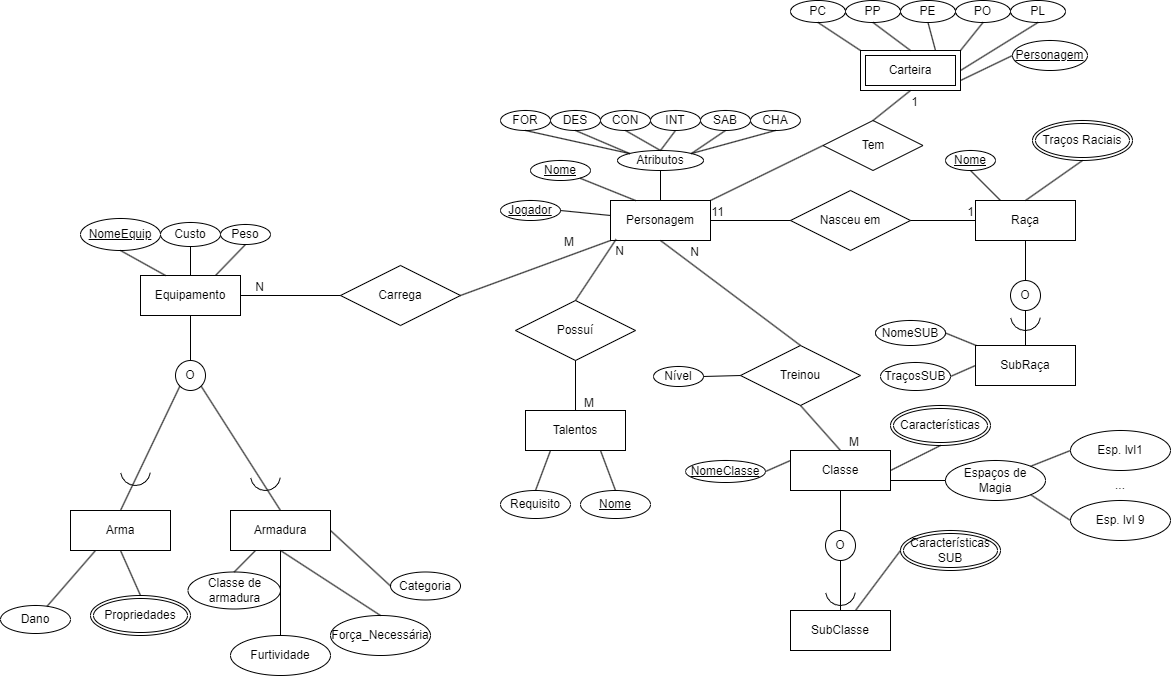
Earlier version of the draw.io export DER.png (VitorFonseca123/DnD-RPG). Source tidied: cells renumbered, new cells last; positions are measured from the earlier drawing's top-left corner, leaving out a move shared by most shapes.
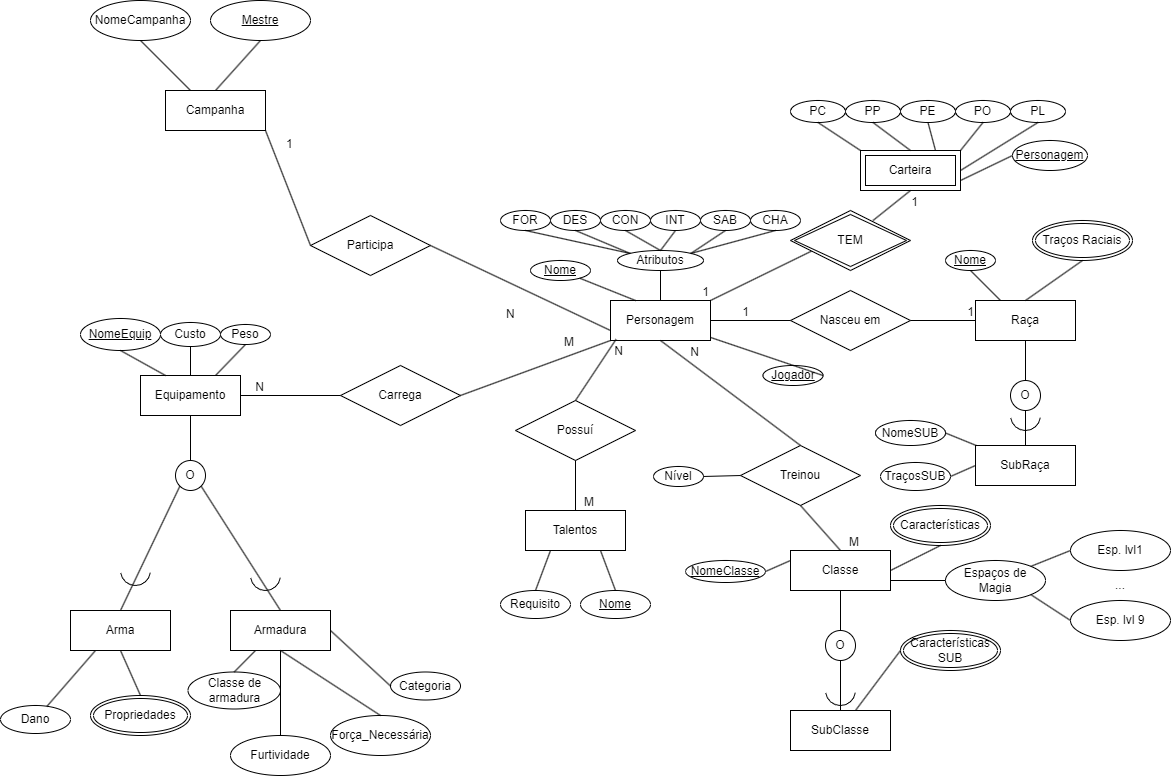
Above is the later version.

Diff of the diagram source:
```diff
@@ -15,7 +15,7 @@
       <mxGeometry relative="1" as="geometry" />
     </mxCell>
     <mxCell id="6" value="&lt;u&gt;Jogador&lt;/u&gt;" style="ellipse;whiteSpace=wrap;html=1;align=center;" parent="1" vertex="1">
-      <mxGeometry x="500" y="200" width="60" height="20" as="geometry" />
+      <mxGeometry x="762.5" y="265" width="60" height="20" as="geometry" />
     </mxCell>
     <mxCell id="7" style="endArrow=none;html=1;rounded=0;exitX=1;exitY=0.5;exitDx=0;exitDy=0;" parent="1" edge="1" source="6" target="2">
       <mxGeometry relative="1" as="geometry" />
@@ -112,7 +112,7 @@
     </mxCell>
     <mxCell id="38" value="1" style="html=1;whiteSpace=wrap;align=right;verticalAlign=bottom;" parent="37" vertex="1">
       <mxGeometry x="1" relative="1" as="geometry">
-        <mxPoint x="-65" as="offset" />
+        <mxPoint x="-40" as="offset" />
       </mxGeometry>
     </mxCell>
     <mxCell id="39" style="endArrow=none;html=1;rounded=0;exitX=1;exitY=0.5;exitDx=0;exitDy=0;entryX=0;entryY=0.5;entryDx=0;entryDy=0;" parent="1" edge="1" source="35" target="3">
@@ -373,11 +373,9 @@
     <mxCell id="120" style="endArrow=none;html=1;rounded=0;exitX=0.5;exitY=1;exitDx=0;exitDy=0;entryX=0;entryY=0;entryDx=0;entryDy=0;" parent="1" edge="1" source="110" target="108">
       <mxGeometry relative="1" as="geometry" />
     </mxCell>
-    <mxCell id="121" value="Tem" style="shape=rhombus;perimeter=rhombusPerimeter;whiteSpace=wrap;html=1;align=center;" parent="1" vertex="1">
-      <mxGeometry x="822.5" y="120" width="100" height="50" as="geometry" />
-    </mxCell>
-    <mxCell id="122" style="endArrow=none;html=1;rounded=0;exitX=0.5;exitY=0;exitDx=0;exitDy=0;entryX=0.056;entryY=0.97;entryDx=0;entryDy=0;entryPerimeter=0;" parent="1" edge="1" source="121">
+    <mxCell id="122" style="endArrow=none;html=1;rounded=0;exitX=0.5;exitY=0;exitDx=0;exitDy=0;entryX=0.056;entryY=0.97;entryDx=0;entryDy=0;entryPerimeter=0;" parent="1" edge="1">
       <mxGeometry relative="1" as="geometry">
+        <mxPoint x="872.5" y="120" as="sourcePoint" />
         <mxPoint x="910" y="90" as="targetPoint" />
       </mxGeometry>
     </mxCell>
@@ -386,13 +384,46 @@
         <mxPoint x="9" y="20" as="offset" />
       </mxGeometry>
     </mxCell>
-    <mxCell id="124" style="endArrow=none;html=1;rounded=0;exitX=0;exitY=0.5;exitDx=0;exitDy=0;entryX=1;entryY=0;entryDx=0;entryDy=0;" parent="1" edge="1" source="121" target="2">
-      <mxGeometry relative="1" as="geometry" />
+    <mxCell id="124" style="endArrow=none;html=1;rounded=0;exitX=0;exitY=0.5;exitDx=0;exitDy=0;entryX=1;entryY=0;entryDx=0;entryDy=0;" parent="1" edge="1" target="2">
+      <mxGeometry relative="1" as="geometry">
+        <mxPoint x="822.5" y="145" as="sourcePoint" />
+      </mxGeometry>
     </mxCell>
     <mxCell id="125" value="1" style="html=1;whiteSpace=wrap;align=right;verticalAlign=bottom;" parent="124" vertex="1">
-      <mxGeometry x="1" relative="1" as="geometry">
-        <mxPoint x="9" y="20" as="offset" />
-      </mxGeometry>
+      <mxGeometry x="1" relative="1" as="geometry" />
     </mxCell>
+    <mxCell id="126" value="Campanha" style="whiteSpace=wrap;html=1;align=center;" parent="1" vertex="1">
+      <mxGeometry x="165" y="-10" width="100" height="40" as="geometry" />
+    </mxCell>
+    <mxCell id="127" value="Mestre" style="ellipse;whiteSpace=wrap;html=1;align=center;fontStyle=4;" parent="1" vertex="1">
+      <mxGeometry x="210" y="-100" width="100" height="40" as="geometry" />
+    </mxCell>
+    <mxCell id="128" value="NomeCampanha" style="ellipse;whiteSpace=wrap;html=1;align=center;" parent="1" vertex="1">
+      <mxGeometry x="90" y="-100" width="100" height="40" as="geometry" />
+    </mxCell>
+    <mxCell id="129" style="endArrow=none;html=1;rounded=0;exitX=0.5;exitY=1;exitDx=0;exitDy=0;entryX=0.5;entryY=0;entryDx=0;entryDy=0;" parent="1" edge="1" source="127" target="126">
+      <mxGeometry relative="1" as="geometry" />
+    </mxCell>
+    <mxCell id="130" style="endArrow=none;html=1;rounded=0;exitX=0.5;exitY=1;exitDx=0;exitDy=0;entryX=0.25;entryY=0;entryDx=0;entryDy=0;" parent="1" edge="1" source="128" target="126">
+      <mxGeometry relative="1" as="geometry" />
+    </mxCell>
+    <mxCell id="131" value="Participa" style="shape=rhombus;perimeter=rhombusPerimeter;whiteSpace=wrap;html=1;align=center;" parent="1" vertex="1">
+      <mxGeometry x="310" y="115" width="120" height="60" as="geometry" />
+    </mxCell>
+    <mxCell id="132" style="endArrow=none;html=1;rounded=0;exitX=1;exitY=1;exitDx=0;exitDy=0;entryX=0;entryY=0.5;entryDx=0;entryDy=0;" parent="1" edge="1" source="126" target="131">
+      <mxGeometry relative="1" as="geometry" />
+    </mxCell>
+    <mxCell id="133" style="endArrow=none;html=1;rounded=0;exitX=1;exitY=0.5;exitDx=0;exitDy=0;entryX=0;entryY=0.75;entryDx=0;entryDy=0;" parent="1" edge="1" source="131" target="2">
+      <mxGeometry relative="1" as="geometry" />
+    </mxCell>
+    <mxCell id="134" value="1" style="text;strokeColor=none;fillColor=none;spacingLeft=4;spacingRight=4;overflow=hidden;fontSize=12;whiteSpace=wrap;html=1;" parent="1" vertex="1">
+      <mxGeometry x="280" y="30" width="40" height="30" as="geometry" />
+    </mxCell>
+    <mxCell id="135" value="N" style="text;strokeColor=none;fillColor=none;spacingLeft=4;spacingRight=4;overflow=hidden;fontSize=12;whiteSpace=wrap;html=1;" parent="1" vertex="1">
+      <mxGeometry x="500" y="200" width="40" height="30" as="geometry" />
+    </mxCell>
+    <mxCell id="136" value="TEM" style="shape=rhombus;double=1;perimeter=rhombusPerimeter;whiteSpace=wrap;html=1;align=center;" parent="1" vertex="1">
+      <mxGeometry x="790" y="110" width="120" height="60" as="geometry" />
+    </mxCell>
   </root>
 </mxGraphModel>
```
